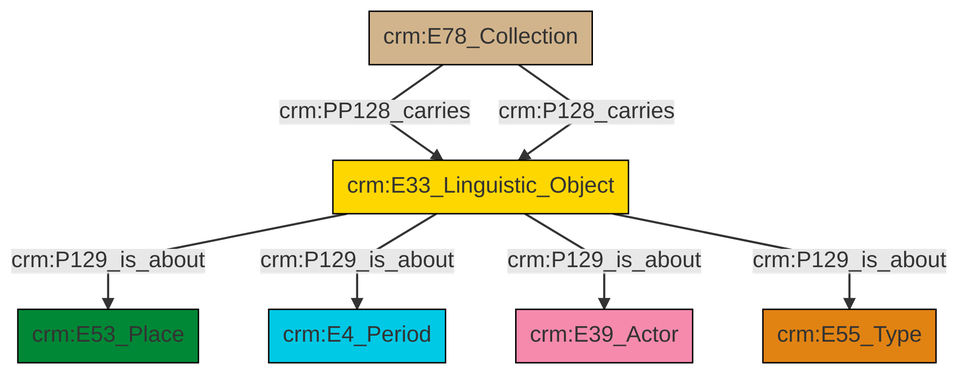
Above: et/archivalCSV/ttl/mmd/png/archival_aboutness.png in swiss-art-research-net/docs.swissartresearch (Mermaid), before the change. Its source is kept beside it as et/archivalCSV/ttl/mmd/archival_aboutness.ttl.mmd.
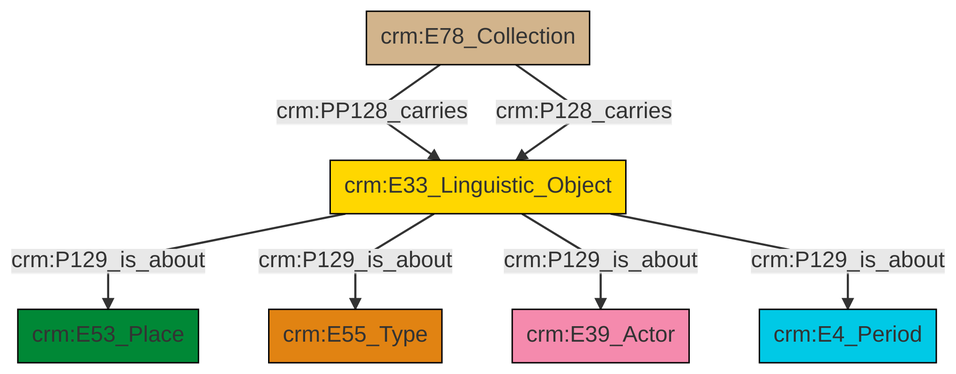
The same file after the commit.

Diff of the diagram source:
```diff
@@ -13,9 +13,9 @@
 classDef PC_Classes fill:#4ce600, stroke:#000000;
 classDef Multi fill:#cccccc,stroke:#000000;
 
-4["crm:E33_Linguistic_Object"]:::Conceptual_Object -->|crm:P129_is_about| 0["crm:E53_Place"]:::Place
-2["crm:E78_Collection"]:::Physical_Thing -->|crm:PP128_carries| 4["crm:E33_Linguistic_Object"]:::Conceptual_Object
-4["crm:E33_Linguistic_Object"]:::Conceptual_Object -->|crm:P129_is_about| 5["crm:E4_Period"]:::Temporal_Entity
-4["crm:E33_Linguistic_Object"]:::Conceptual_Object -->|crm:P129_is_about| 9["crm:E39_Actor"]:::Actor
-4["crm:E33_Linguistic_Object"]:::Conceptual_Object -->|crm:P129_is_about| 7["crm:E55_Type"]:::Type
-2["crm:E78_Collection"]:::Physical_Thing -->|crm:P128_carries| 4["crm:E33_Linguistic_Object"]:::Conceptual_Object
+8["crm:E33_Linguistic_Object"]:::Conceptual_Object -->|crm:P129_is_about| 2["crm:E53_Place"]:::Place
+8["crm:E33_Linguistic_Object"]:::Conceptual_Object -->|crm:P129_is_about| 6["crm:E55_Type"]:::Type
+8["crm:E33_Linguistic_Object"]:::Conceptual_Object -->|crm:P129_is_about| 4["crm:E39_Actor"]:::Actor
+8["crm:E33_Linguistic_Object"]:::Conceptual_Object -->|crm:P129_is_about| 0["crm:E4_Period"]:::Temporal_Entity
+10["crm:E78_Collection"]:::Physical_Thing -->|crm:PP128_carries| 8["crm:E33_Linguistic_Object"]:::Conceptual_Object
+10["crm:E78_Collection"]:::Physical_Thing -->|crm:P128_carries| 8["crm:E33_Linguistic_Object"]:::Conceptual_Object
```
